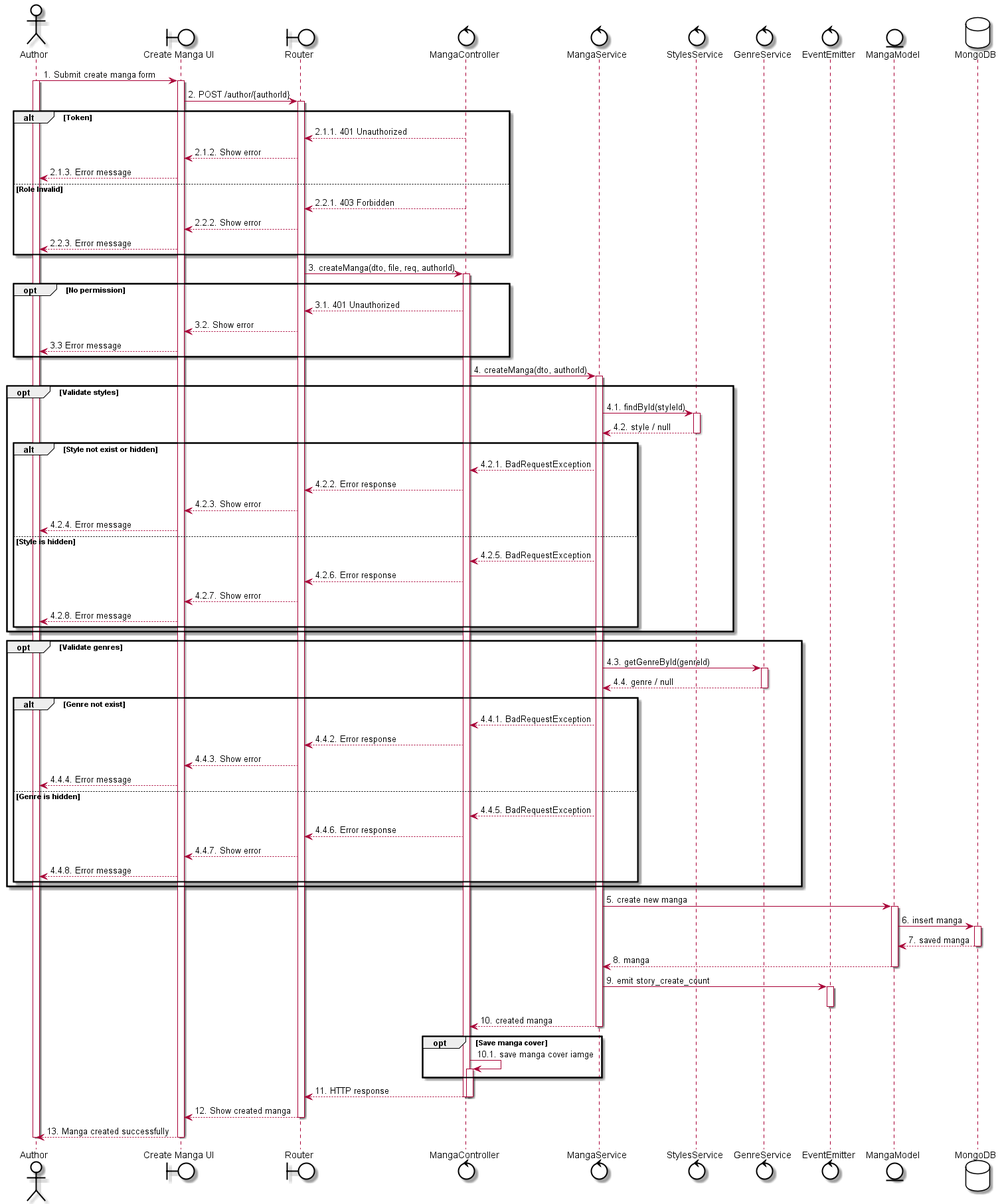
Before: out/uc53 - Create Story/uc53 - Create Story.png, a diagram exported from PlantUML (LGK1412/sequence_sep490_01). Its diagram source:
```plantuml
@startuml
skinparam {
    ActorBackgroundColor #FFFFFF
    BoundaryBackgroundColor #FFFFFF
    ControlBackgroundColor #FFFFFF
    EntityBackgroundColor #FFFFFF
    DatabaseBackgroundColor #FFFFFF

    ActorBorderColor black
    BoundaryBorderColor black
    ControlBorderColor black
    EntityBorderColor black
    DatabaseBorderColor black
}

actor Author
boundary "Create Manga UI" as UI
boundary Router
control MangaController
control MangaService
control StylesService
control GenreService
control EventEmitter
entity MangaModel
database MongoDB

Author -> UI: 1. Submit create manga form
activate Author
activate UI

UI -> Router: 2. POST /author/{authorId}
activate Router

alt Token
    MangaController --> Router: 2.1.1. 401 Unauthorized
    Router --> UI: 2.1.2. Show error
    UI --> Author: 2.1.3. Error message
else Role Invalid
    MangaController --> Router: 2.2.1. 403 Forbidden
    Router --> UI: 2.2.2. Show error
    UI --> Author: 2.2.3. Error message
end

Router -> MangaController: 3. createManga(dto, file, req, authorId)
activate MangaController

opt No permission
    MangaController --> Router: 3.1. 401 Unauthorized
    Router --> UI: 3.2. Show error
    UI --> Author: 3.3 Error message
end

MangaController -> MangaService: 4. createManga(dto, authorId)
activate MangaService

opt Validate styles
    MangaService -> StylesService: 4.1. findById(styleId)
    activate StylesService
    StylesService --> MangaService: 4.2. style / null
    deactivate StylesService

    alt Style not exist or hidden
        MangaService --> MangaController: 4.2.1. BadRequestException
        MangaController --> Router: 4.2.2. Error response
        Router --> UI: 4.2.3. Show error
        UI --> Author: 4.2.4. Error message
    else Style is hidden
        MangaService --> MangaController: 4.2.5. BadRequestException
        MangaController --> Router: 4.2.6. Error response
        Router --> UI: 4.2.7. Show error
        UI --> Author: 4.2.8. Error message
    end
end

opt Validate genres
    MangaService -> GenreService: 4.3. getGenreById(genreId)
    activate GenreService
    GenreService --> MangaService: 4.4. genre / null
    deactivate GenreService

    alt Genre not exist
        MangaService --> MangaController: 4.4.1. BadRequestException
        MangaController --> Router: 4.4.2. Error response
        Router --> UI: 4.4.3. Show error
        UI --> Author: 4.4.4. Error message
    else Genre is hidden
        MangaService --> MangaController: 4.4.5. BadRequestException
        MangaController --> Router: 4.4.6. Error response
        Router --> UI: 4.4.7. Show error
        UI --> Author: 4.4.8. Error message
    end
end

MangaService -> MangaModel: 5. create new manga
activate MangaModel
MangaModel -> MongoDB: 6. insert manga
activate MongoDB
MongoDB --> MangaModel: 7. saved manga
deactivate MongoDB
MangaModel --> MangaService: 8. manga
deactivate MangaModel

MangaService -> EventEmitter: 9. emit story_create_count
activate EventEmitter
deactivate EventEmitter

MangaService --> MangaController: 10. created manga
deactivate MangaService

opt Save manga cover
    MangaController -> MangaController: 10.1. save manga cover iamge
    activate MangaController
end

MangaController --> Router: 11. HTTP response
deactivate MangaController
deactivate MangaController
Router --> UI: 12. Show created manga
deactivate Router
UI --> Author: 13. Manga created successfully
deactivate UI
deactivate Author
@enduml
```
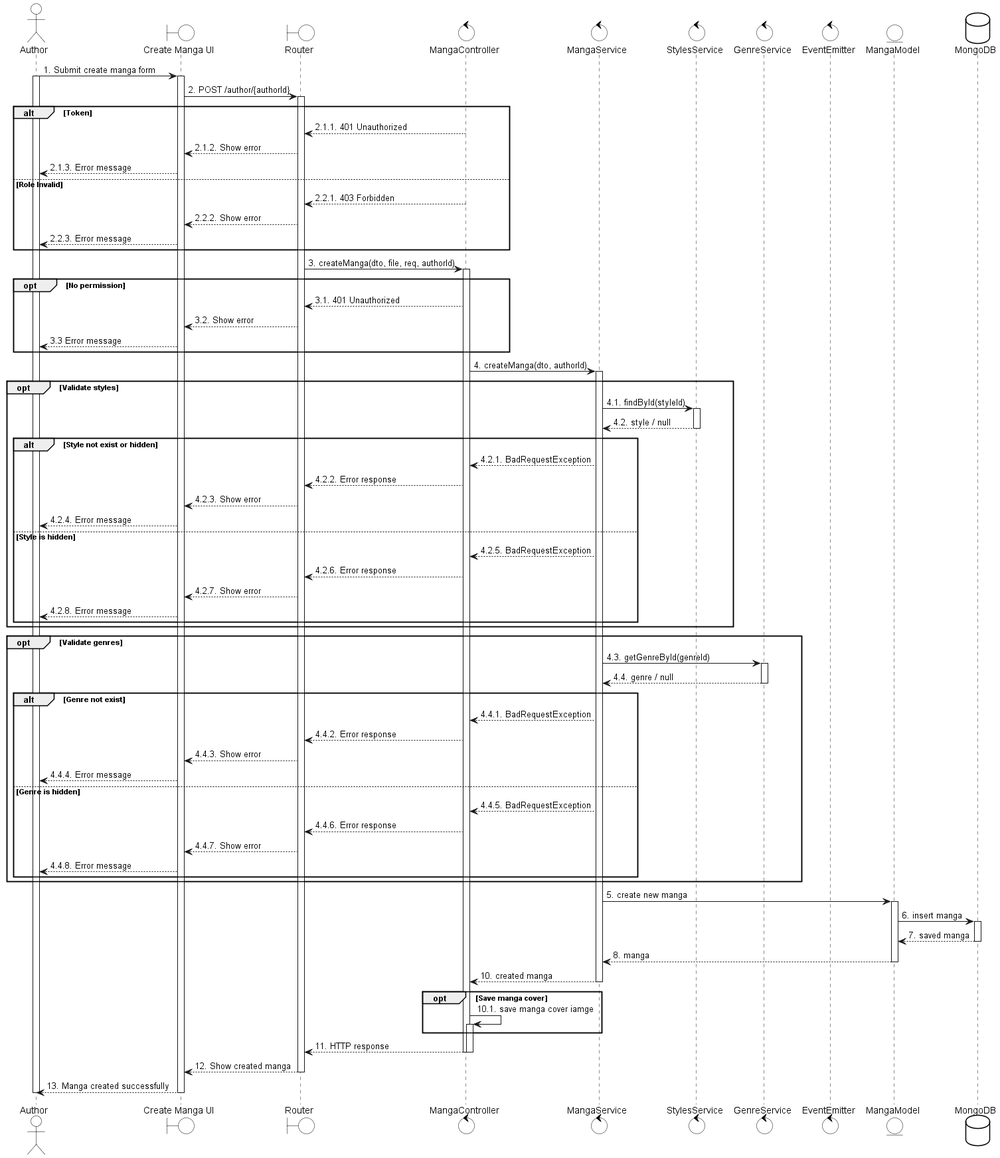
After the change.

The edit, as a diff of the source:
```diff
@@ -100,10 +100,6 @@
 MangaModel --> MangaService: 8. manga
 deactivate MangaModel
 
-MangaService -> EventEmitter: 9. emit story_create_count
-activate EventEmitter
-deactivate EventEmitter
-
 MangaService --> MangaController: 10. created manga
 deactivate MangaService
 
```
